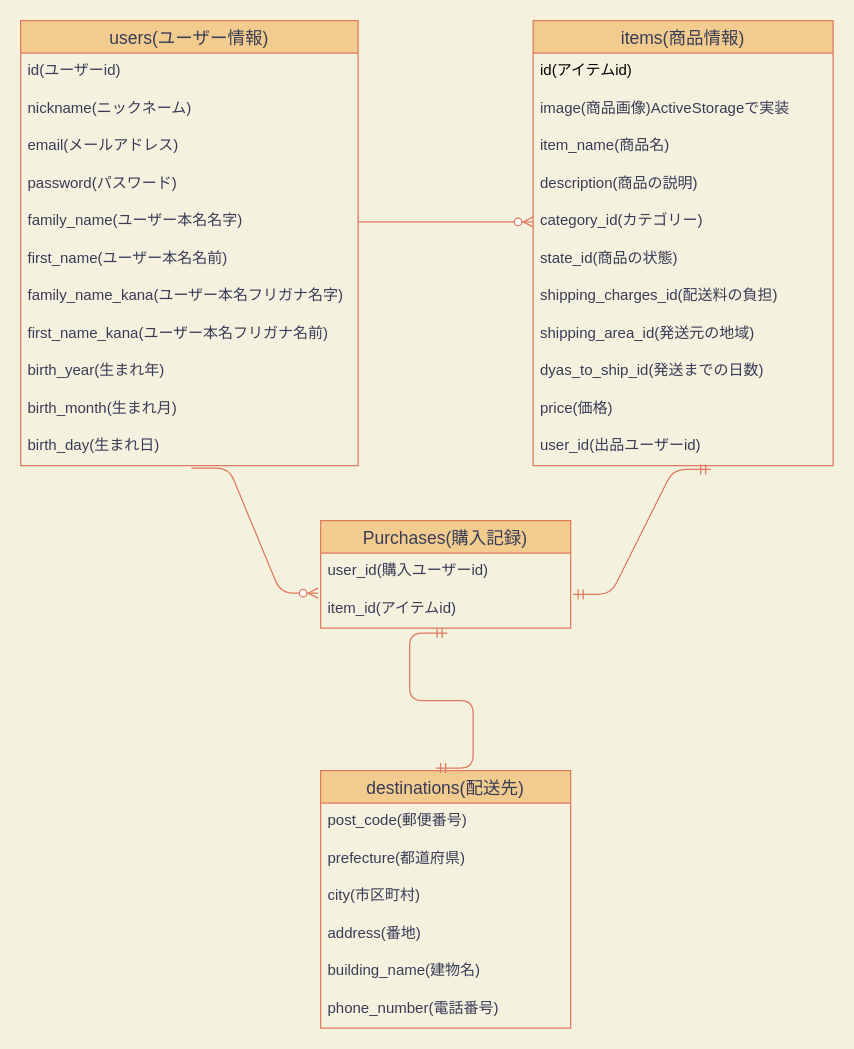
kyohhh/furima-30966 keeps this draw.io diagram as ER.dio. Above is the earlier version. Source tidied: cells renumbered, new cells numbered last; positions are measured from the earlier drawing's top-left corner, leaving out a move shared by most shapes. Both pictures are drawn from the tidied source at 125%, with x=0, y=0 at pixel (20, 20).
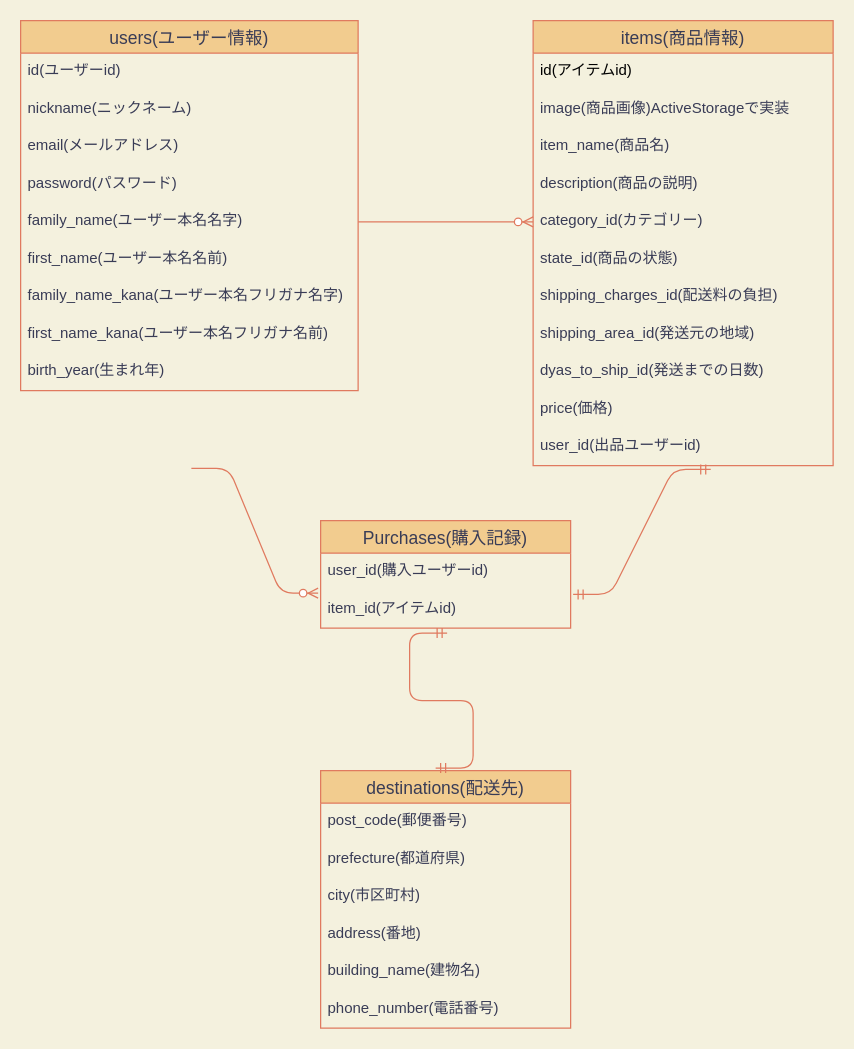
After the change.

Commit message (it also covers changes not shown here):
修正_1カラム名

The change refers to these unchanged cells:
```xml
<mxCell id="27" value="user_id(購入ユーザーid)" style="text;strokeColor=none;fillColor=none;spacingLeft=4;spacingRight=4;overflow=hidden;points=[[0,0.5],[1,0.5]];portConstraint=eastwest;fontSize=12;rounded=0;sketch=0;fontColor=#393C56;" parent="26" vertex="1">
  <mxGeometry y="26" width="200" height="30" as="geometry" />
</mxCell>
```

What changed in the source:
```diff
@@
     <mxCell id="2" value="users(ユーザー情報)" style="swimlane;fontStyle=0;horizontal=1;startSize=26;align=center;fontSize=14;fillColor=#F2CC8F;strokeColor=#E07A5F;fontColor=#393C56;" parent="1" vertex="1">
-      <mxGeometry width="270" height="356" as="geometry" />
+      <mxGeometry width="270" height="296" as="geometry" />
     </mxCell>
@@
-    <mxCell id="12" value="birth_month(生まれ月)" style="text;strokeColor=none;fillColor=none;spacingLeft=4;spacingRight=4;overflow=hidden;fontSize=12;rounded=0;sketch=0;fontColor=#393C56;" parent="2" vertex="1">
-      <mxGeometry y="296" width="270" height="30" as="geometry" />
-    </mxCell>
-    <mxCell id="13" value="birth_day(生まれ日)" style="text;strokeColor=none;fillColor=none;spacingLeft=4;spacingRight=4;overflow=hidden;points=[[0,0.5],[1,0.5]];portConstraint=eastwest;fontSize=12;rounded=0;sketch=0;fontColor=#393C56;" parent="2" vertex="1">
-      <mxGeometry y="326" width="270" height="30" as="geometry" />
-    </mxCell>
@@
-    <mxCell id="38" style="edgeStyle=entityRelationEdgeStyle;fontSize=12;html=1;endArrow=ERzeroToMany;endFill=1;strokeColor=#E07A5F;fillColor=#F2CC8F;exitX=0.506;exitY=1.069;exitDx=0;exitDy=0;exitPerimeter=0;entryX=-0.01;entryY=1.067;entryDx=0;entryDy=0;entryPerimeter=0;" parent="1" edge="1" source="13" target="27">
-      <mxGeometry relative="1" as="geometry" />
+    <mxCell id="38" style="edgeStyle=entityRelationEdgeStyle;fontSize=12;html=1;endArrow=ERzeroToMany;endFill=1;strokeColor=#E07A5F;fillColor=#F2CC8F;exitX=0.506;exitY=1.069;exitDx=0;exitDy=0;exitPerimeter=0;entryX=-0.01;entryY=1.067;entryDx=0;entryDy=0;entryPerimeter=0;" parent="1" edge="1" target="27">
+      <mxGeometry relative="1" as="geometry">
+        <mxPoint x="136.6" y="358.1" as="sourcePoint" />
+      </mxGeometry>
     </mxCell>
```
